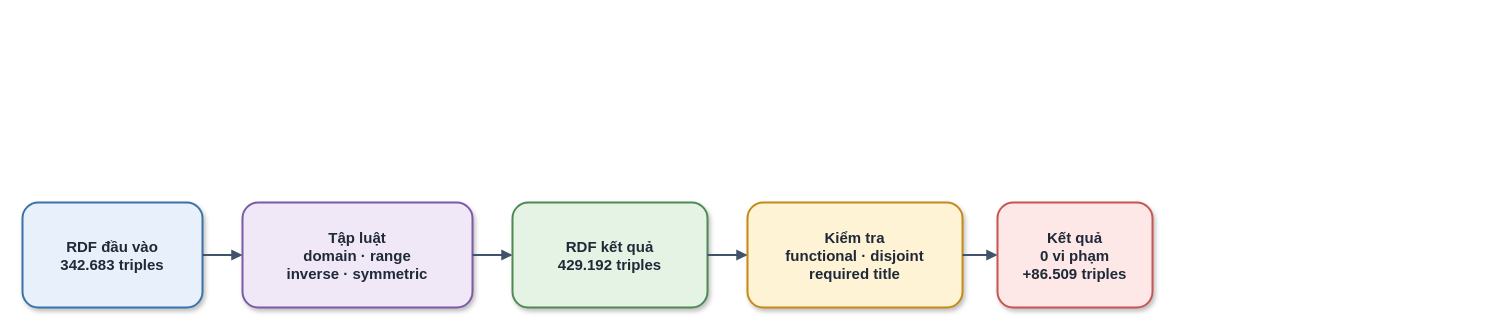
Before: report_latex/images/sources/semantic_reasoning.drawio in khanhhk/advanced_database, a draw.io diagram. Source tidied: cells renumbered, new cells numbered last; positions are measured from the earlier drawing's top-left corner, leaving out a move shared by most shapes. Both pictures are drawn from the tidied source at 100%, with x=0, y=0 at pixel (22, 202).
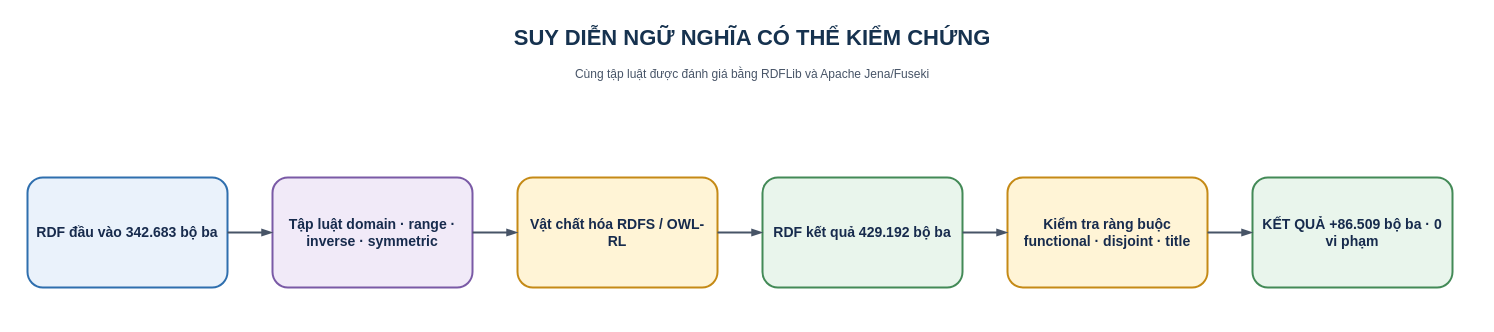
Above is the later version.

The edit, as a diff of the source:
```diff
@@
-<mxGraphModel>
+<mxGraphModel background="#FFFFFF">
   <root>
     <mxCell id="0" />
     <mxCell id="1" parent="0" />
-    <mxCell id="2" value="RDF đầu vào&#10;342.683 triples" style="rounded=1;whiteSpace=wrap;html=1;fillColor=#E8F1FB;strokeColor=#3B73A8;strokeWidth=2;fontSize=15;fontColor=#1F2937;fontStyle=1;spacing=8;shadow=1;" parent="1" vertex="1">
-      <mxGeometry width="180" height="105" as="geometry" />
-    </mxCell>
-    <mxCell id="3" value="Tập luật&#10;domain · range&#10;inverse · symmetric" style="rounded=1;whiteSpace=wrap;html=1;fillColor=#F0E8F7;strokeColor=#7B5AA6;strokeWidth=2;fontSize=15;fontColor=#1F2937;fontStyle=1;spacing=8;shadow=1;" parent="1" vertex="1">
-      <mxGeometry x="220" width="230" height="105" as="geometry" />
-    </mxCell>
-    <mxCell id="4" value="RDF kết quả&#10;429.192 triples" style="rounded=1;whiteSpace=wrap;html=1;fillColor=#E5F3E5;strokeColor=#4D8B52;strokeWidth=2;fontSize=15;fontColor=#1F2937;fontStyle=1;spacing=8;shadow=1;" parent="1" vertex="1">
-      <mxGeometry x="490" width="195" height="105" as="geometry" />
-    </mxCell>
-    <mxCell id="5" value="Kiểm tra&#10;functional · disjoint&#10;required title" style="rounded=1;whiteSpace=wrap;html=1;fillColor=#FFF3D6;strokeColor=#C58A18;strokeWidth=2;fontSize=15;fontColor=#1F2937;fontStyle=1;spacing=8;shadow=1;" parent="1" vertex="1">
-      <mxGeometry x="725" width="215" height="105" as="geometry" />
-    </mxCell>
-    <mxCell id="6" value="Kết quả&#10;0 vi phạm&#10;+86.509 triples" style="rounded=1;whiteSpace=wrap;html=1;fillColor=#FDE8E7;strokeColor=#C85452;strokeWidth=2;fontSize=15;fontColor=#1F2937;fontStyle=1;spacing=8;shadow=1;" parent="1" vertex="1">
-      <mxGeometry x="975" width="155" height="105" as="geometry" />
-    </mxCell>
+    <mxCell id="11" value="SUY DIỄN NGỮ NGHĨA CÓ THỂ KIỂM CHỨNG" style="text;html=1;whiteSpace=wrap;align=center;verticalAlign=middle;fontFamily=Helvetica;fontSize=22;fontColor=#16324F;fontStyle=1;" parent="1" vertex="1">
+      <mxGeometry x="5" y="-185" width="1450" height="42" as="geometry" />
+    </mxCell>
+    <mxCell id="12" value="Cùng tập luật được đánh giá bằng RDFLib và Apache Jena/Fuseki" style="text;html=1;whiteSpace=wrap;align=center;verticalAlign=middle;fontFamily=Helvetica;fontSize=12;fontColor=#475467;" parent="1" vertex="1">
+      <mxGeometry x="5" y="-143" width="1450" height="30" as="geometry" />
+    </mxCell>
+    <mxCell id="13" value="RDF đầu vào 342.683 bộ ba" style="rounded=1;arcSize=14;whiteSpace=wrap;html=1;align=center;verticalAlign=middle;spacing=8;fontFamily=Helvetica;fontSize=14;fontColor=#172B4D;fillColor=#EAF2FB;strokeColor=#2F6FAE;strokeWidth=2;fontStyle=1;" parent="1" vertex="1">
+      <mxGeometry x="5" y="-25" width="200" height="110" as="geometry" />
+    </mxCell>
+    <mxCell id="14" value="Tập luật domain · range · inverse · symmetric" style="rounded=1;arcSize=14;whiteSpace=wrap;html=1;align=center;verticalAlign=middle;spacing=8;fontFamily=Helvetica;fontSize=14;fontColor=#172B4D;fillColor=#F1EAF8;strokeColor=#7A5AA6;strokeWidth=2;fontStyle=1;" parent="1" vertex="1">
+      <mxGeometry x="250" y="-25" width="200" height="110" as="geometry" />
+    </mxCell>
+    <mxCell id="15" value="Vật chất hóa RDFS / OWL-RL" style="rounded=1;arcSize=14;whiteSpace=wrap;html=1;align=center;verticalAlign=middle;spacing=8;fontFamily=Helvetica;fontSize=14;fontColor=#172B4D;fillColor=#FFF4D6;strokeColor=#C58A16;strokeWidth=2;fontStyle=1;" parent="1" vertex="1">
+      <mxGeometry x="495" y="-25" width="200" height="110" as="geometry" />
+    </mxCell>
+    <mxCell id="16" value="RDF kết quả 429.192 bộ ba" style="rounded=1;arcSize=14;whiteSpace=wrap;html=1;align=center;verticalAlign=middle;spacing=8;fontFamily=Helvetica;fontSize=14;fontColor=#172B4D;fillColor=#E9F5EC;strokeColor=#438A57;strokeWidth=2;fontStyle=1;" parent="1" vertex="1">
+      <mxGeometry x="740" y="-25" width="200" height="110" as="geometry" />
+    </mxCell>
+    <mxCell id="17" value="Kiểm tra ràng buộc functional · disjoint · title" style="rounded=1;arcSize=14;whiteSpace=wrap;html=1;align=center;verticalAlign=middle;spacing=8;fontFamily=Helvetica;fontSize=14;fontColor=#172B4D;fillColor=#FFF4D6;strokeColor=#C58A16;strokeWidth=2;fontStyle=1;" parent="1" vertex="1">
+      <mxGeometry x="985" y="-25" width="200" height="110" as="geometry" />
+    </mxCell>
+    <mxCell id="18" value="KẾT QUẢ +86.509 bộ ba · 0 vi phạm" style="rounded=1;arcSize=14;whiteSpace=wrap;html=1;align=center;verticalAlign=middle;spacing=8;fontFamily=Helvetica;fontSize=14;fontColor=#172B4D;fillColor=#E9F5EC;strokeColor=#438A57;strokeWidth=2;fontStyle=1;" parent="1" vertex="1">
+      <mxGeometry x="1230" y="-25" width="200" height="110" as="geometry" />
+    </mxCell>
-    <mxCell id="7" style="edgeStyle=orthogonalEdgeStyle;rounded=1;jettySize=auto;html=1;endArrow=block;endFill=1;strokeColor=#40536B;strokeWidth=2;fontSize=13;fontColor=#2F3B4A;labelBackgroundColor=#FFFFFF;spacingBottom=8;exitX=1;exitY=0.5;exitDx=0;exitDy=0;entryX=0;entryY=0.5;entryDx=0;entryDy=0;" parent="1" edge="1" source="2" target="3">
-      <mxGeometry y="-12" relative="1" as="geometry" />
+    <mxCell id="7" style="edgeStyle=orthogonalEdgeStyle;rounded=1;jettySize=auto;html=1;strokeColor=#475467;strokeWidth=2;endArrow=blockThin;endFill=1;fontFamily=Helvetica;fontSize=11;fontColor=#344054;labelBackgroundColor=#FFFFFF;exitX=1;exitY=0.5;exitDx=0;exitDy=0;entryX=0;entryY=0.5;entryDx=0;entryDy=0;" parent="1" edge="1" source="13" target="14">
+      <mxGeometry relative="1" as="geometry" />
     </mxCell>
-    <mxCell id="8" style="edgeStyle=orthogonalEdgeStyle;rounded=1;jettySize=auto;html=1;endArrow=block;endFill=1;strokeColor=#40536B;strokeWidth=2;fontSize=13;fontColor=#2F3B4A;labelBackgroundColor=#FFFFFF;spacingBottom=8;exitX=1;exitY=0.5;exitDx=0;exitDy=0;entryX=0;entryY=0.5;entryDx=0;entryDy=0;" parent="1" edge="1" source="3" target="4">
-      <mxGeometry y="-12" relative="1" as="geometry" />
+    <mxCell id="8" style="edgeStyle=orthogonalEdgeStyle;rounded=1;jettySize=auto;html=1;strokeColor=#475467;strokeWidth=2;endArrow=blockThin;endFill=1;fontFamily=Helvetica;fontSize=11;fontColor=#344054;labelBackgroundColor=#FFFFFF;exitX=1;exitY=0.5;exitDx=0;exitDy=0;entryX=0;entryY=0.5;entryDx=0;entryDy=0;" parent="1" edge="1" source="14" target="15">
+      <mxGeometry relative="1" as="geometry" />
     </mxCell>
-    <mxCell id="9" style="edgeStyle=orthogonalEdgeStyle;rounded=1;jettySize=auto;html=1;endArrow=block;endFill=1;strokeColor=#40536B;strokeWidth=2;fontSize=13;fontColor=#2F3B4A;labelBackgroundColor=#FFFFFF;spacingBottom=8;exitX=1;exitY=0.5;exitDx=0;exitDy=0;entryX=0;entryY=0.5;entryDx=0;entryDy=0;" parent="1" edge="1" source="4" target="5">
-      <mxGeometry y="-12" relative="1" as="geometry" />
+    <mxCell id="9" style="edgeStyle=orthogonalEdgeStyle;rounded=1;jettySize=auto;html=1;strokeColor=#475467;strokeWidth=2;endArrow=blockThin;endFill=1;fontFamily=Helvetica;fontSize=11;fontColor=#344054;labelBackgroundColor=#FFFFFF;exitX=1;exitY=0.5;exitDx=0;exitDy=0;entryX=0;entryY=0.5;entryDx=0;entryDy=0;" parent="1" edge="1" source="15" target="16">
+      <mxGeometry relative="1" as="geometry" />
     </mxCell>
-    <mxCell id="10" style="edgeStyle=orthogonalEdgeStyle;rounded=1;jettySize=auto;html=1;endArrow=block;endFill=1;strokeColor=#40536B;strokeWidth=2;fontSize=13;fontColor=#2F3B4A;labelBackgroundColor=#FFFFFF;spacingBottom=8;exitX=1;exitY=0.5;exitDx=0;exitDy=0;entryX=0;entryY=0.5;entryDx=0;entryDy=0;" parent="1" edge="1" source="5" target="6">
-      <mxGeometry y="-12" relative="1" as="geometry" />
+    <mxCell id="10" style="edgeStyle=orthogonalEdgeStyle;rounded=1;jettySize=auto;html=1;strokeColor=#475467;strokeWidth=2;endArrow=blockThin;endFill=1;fontFamily=Helvetica;fontSize=11;fontColor=#344054;labelBackgroundColor=#FFFFFF;exitX=1;exitY=0.5;exitDx=0;exitDy=0;entryX=0;entryY=0.5;entryDx=0;entryDy=0;" parent="1" edge="1" source="16" target="17">
+      <mxGeometry relative="1" as="geometry" />
     </mxCell>
+    <mxCell id="19" style="edgeStyle=orthogonalEdgeStyle;rounded=1;jettySize=auto;html=1;strokeColor=#475467;strokeWidth=2;endArrow=blockThin;endFill=1;fontFamily=Helvetica;fontSize=11;fontColor=#344054;labelBackgroundColor=#FFFFFF;exitX=1;exitY=0.5;exitDx=0;exitDy=0;entryX=0;entryY=0.5;entryDx=0;entryDy=0;" parent="1" edge="1" source="17" target="18">
+      <mxGeometry relative="1" as="geometry" />
+    </mxCell>
   </root>
 </mxGraphModel>
```
